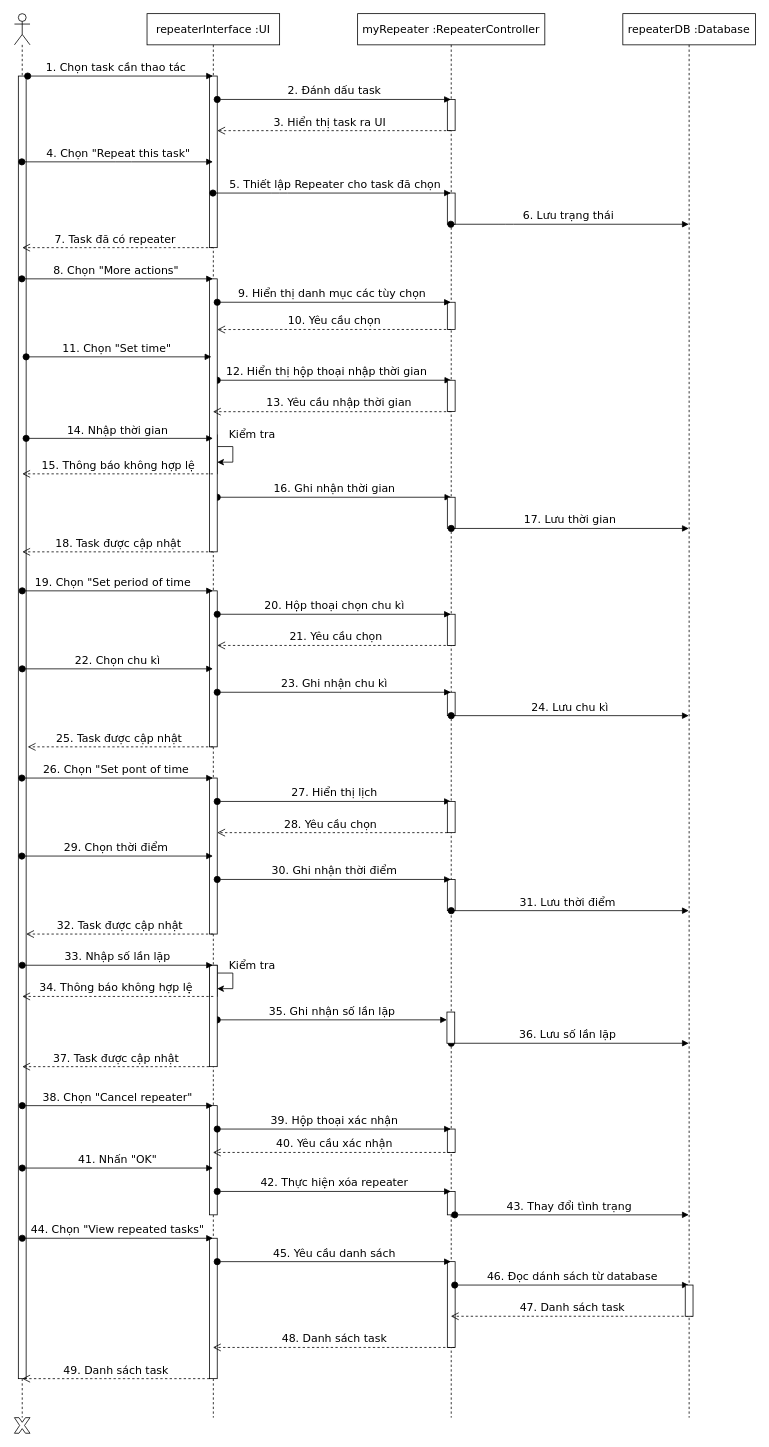
Above: ToDoApp-Doc/Document/Diagram/Sequence Diagram/Repeater/Repeater_SequenceDiagram.drawio in Merevoli-DatLuu/To-Do-App (draw.io), before the change. Source tidied: cells renumbered, new cells numbered last; positions are measured from the earlier drawing's top-left corner, leaving out a move shared by most shapes. Both pictures are drawn from the tidied source at 78%, with x=0, y=0 at pixel (14, 13).
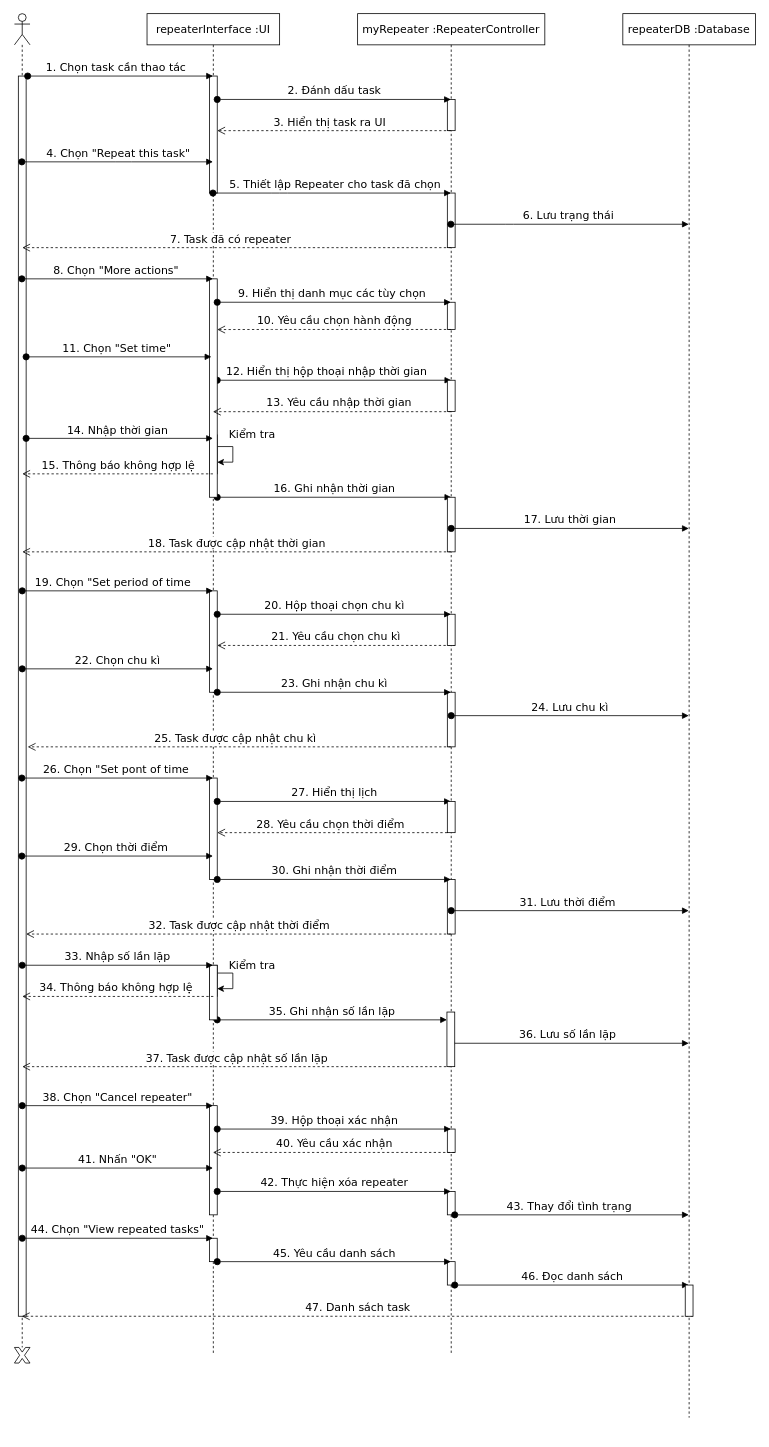
After the change.

Commit message (it also covers changes not shown here):
[Modified]: Repeater Sequence Diagram: Check spelling

The change refers to these unchanged cells:
```xml
<mxCell id="31" style="html=1;points=[];perimeter=orthogonalPerimeter;fontFamily=Verdana;fontSize=14;" parent="22" vertex="1">
  <mxGeometry x="115" y="1010" width="10" height="40" as="geometry" />
</mxCell>
<mxCell id="35" value="repeaterDB :Database" style="shape=umlLifeline;perimeter=lifelinePerimeter;whiteSpace=wrap;html=1;outlineConnect=0;fontFamily=Verdana;fontSize=14;align=center;" parent="1" vertex="1">
  <mxGeometry x="780" width="170" height="1800" as="geometry" />
</mxCell>
```

Diff of the diagram source:
```diff
@@
     <mxCell id="2" value="repeaterInterface :UI" style="shape=umlLifeline;perimeter=lifelinePerimeter;whiteSpace=wrap;html=1;outlineConnect=0;fontFamily=Verdana;fontSize=14;" parent="1" vertex="1">
-      <mxGeometry x="170" width="170" height="1800" as="geometry" />
+      <mxGeometry x="170" width="170" height="1720" as="geometry" />
     </mxCell>
     <mxCell id="3" style="html=1;perimeter=orthogonalPerimeter;fontFamily=Verdana;fontSize=14;" parent="2" vertex="1">
-      <mxGeometry x="80" y="80" width="10" height="220" as="geometry" />
+      <mxGeometry x="80" y="80" width="10" height="150" as="geometry" />
     </mxCell>
@@
     <mxCell id="5" style="html=1;perimeter=orthogonalPerimeter;fontFamily=Verdana;fontSize=14;" parent="2" vertex="1">
-      <mxGeometry x="80" y="740" width="10" height="200" as="geometry" />
+      <mxGeometry x="80" y="740" width="10" height="130" as="geometry" />
     </mxCell>
-    <mxCell id="6" value="21. Yêu cầu chọn" style="html=1;verticalAlign=bottom;endArrow=open;dashed=1;endSize=8;fontFamily=Verdana;fontSize=14;" parent="2" edge="1">
+    <mxCell id="6" value="21. Yêu cầu chọn chu kì" style="html=1;verticalAlign=bottom;endArrow=open;dashed=1;endSize=8;fontFamily=Verdana;fontSize=14;" parent="2" edge="1">
       <mxGeometry relative="1" as="geometry">
         <mxPoint x="395" y="810" as="sourcePoint" />
         <mxPoint x="90" y="810" as="targetPoint" />
       </mxGeometry>
     </mxCell>
     <mxCell id="7" style="html=1;perimeter=orthogonalPerimeter;fontFamily=Verdana;fontSize=14;" parent="2" vertex="1">
-      <mxGeometry x="80" y="980" width="10" height="200" as="geometry" />
+      <mxGeometry x="80" y="980" width="10" height="130" as="geometry" />
     </mxCell>
@@
     <mxCell id="15" style="html=1;perimeter=orthogonalPerimeter;fontFamily=Verdana;fontSize=14;" parent="2" vertex="1">
-      <mxGeometry x="80" y="340" width="10" height="350" as="geometry" />
+      <mxGeometry x="80" y="340" width="10" height="280" as="geometry" />
     </mxCell>
     <mxCell id="16" style="html=1;perimeter=orthogonalPerimeter;fontFamily=Verdana;fontSize=14;" parent="2" vertex="1">
-      <mxGeometry x="80" y="1220" width="10" height="130" as="geometry" />
+      <mxGeometry x="80" y="1220" width="10" height="70" as="geometry" />
     </mxCell>
@@
     <mxCell id="18" style="html=1;perimeter=orthogonalPerimeter;fontFamily=Verdana;fontSize=14;" parent="2" vertex="1">
-      <mxGeometry x="80" y="1570" width="10" height="180" as="geometry" />
+      <mxGeometry x="80" y="1570" width="10" height="30" as="geometry" />
     </mxCell>
     <mxCell id="19" style="shape=umlLifeline;participant=umlActor;perimeter=lifelinePerimeter;whiteSpace=wrap;html=1;verticalAlign=top;spacingTop=36;outlineConnect=0;fontFamily=Verdana;fontSize=14;" parent="1" vertex="1">
-      <mxGeometry width="20" height="1800" as="geometry" />
+      <mxGeometry width="20" height="1710" as="geometry" />
     </mxCell>
     <mxCell id="20" style="html=1;points=[];perimeter=orthogonalPerimeter;fontFamily=Verdana;fontSize=14;" parent="19" vertex="1">
-      <mxGeometry x="5" y="80" width="10" height="1670" as="geometry" />
+      <mxGeometry x="5" y="80" width="10" height="1590" as="geometry" />
     </mxCell>
@@
+    <mxCell id="83" style="verticalLabelPosition=bottom;verticalAlign=top;html=1;shape=mxgraph.basic.x;fontFamily=Verdana;fontSize=14;" parent="19" vertex="1">
+      <mxGeometry y="1710" width="20" height="20" as="geometry" />
+    </mxCell>
     <mxCell id="22" value="myRepeater :RepeaterController" style="shape=umlLifeline;perimeter=lifelinePerimeter;whiteSpace=wrap;html=1;outlineConnect=0;fontFamily=Verdana;fontSize=14;" parent="1" vertex="1">
-      <mxGeometry x="440" width="240" height="1800" as="geometry" />
+      <mxGeometry x="440" width="240" height="1720" as="geometry" />
     </mxCell>
@@
     <mxCell id="24" style="html=1;perimeter=orthogonalPerimeter;fontFamily=Verdana;fontSize=14;" parent="22" vertex="1">
-      <mxGeometry x="115" y="230" width="10" height="40" as="geometry" />
+      <mxGeometry x="115" y="230" width="10" height="70" as="geometry" />
     </mxCell>
@@
     <mxCell id="27" style="html=1;points=[];perimeter=orthogonalPerimeter;fontFamily=Verdana;fontSize=14;" parent="22" vertex="1">
-      <mxGeometry x="115" y="620" width="10" height="40" as="geometry" />
+      <mxGeometry x="115" y="620" width="10" height="70" as="geometry" />
     </mxCell>
@@
     <mxCell id="29" style="html=1;perimeter=orthogonalPerimeter;fontFamily=Verdana;fontSize=14;" parent="22" vertex="1">
-      <mxGeometry x="115" y="870" width="10" height="30" as="geometry" />
+      <mxGeometry x="115" y="870" width="10" height="70" as="geometry" />
     </mxCell>
     <mxCell id="30" style="html=1;perimeter=orthogonalPerimeter;fontFamily=Verdana;fontSize=14;" parent="22" vertex="1">
-      <mxGeometry x="115" y="1110" width="10" height="40" as="geometry" />
+      <mxGeometry x="115" y="1110" width="10" height="70" as="geometry" />
     </mxCell>
@@
     <mxCell id="34" style="html=1;perimeter=orthogonalPerimeter;fontFamily=Verdana;fontSize=14;" parent="22" vertex="1">
-      <mxGeometry x="115" y="1600" width="10" height="110" as="geometry" />
+      <mxGeometry x="115" y="1600" width="10" height="30" as="geometry" />
     </mxCell>
@@
-    <mxCell id="42" value="7. Task đã có repeater" style="html=1;verticalAlign=bottom;endArrow=open;dashed=1;endSize=8;fontFamily=Verdana;fontSize=14;" parent="1" edge="1" source="2">
+    <mxCell id="42" value="7. Task đã có repeater" style="html=1;verticalAlign=bottom;endArrow=open;dashed=1;endSize=8;fontFamily=Verdana;fontSize=14;" parent="1" edge="1" source="22">
       <mxGeometry x="0.03" relative="1" as="geometry">
         <mxPoint x="10" y="300" as="targetPoint" />
       </mxGeometry>
     </mxCell>
@@
-    <mxCell id="48" value="10. Yêu cầu chọn" style="html=1;verticalAlign=bottom;endArrow=open;dashed=1;endSize=8;fontFamily=Verdana;fontSize=14;" parent="1" edge="1" source="22">
+    <mxCell id="48" value="10. Yêu cầu chọn hành động" style="html=1;verticalAlign=bottom;endArrow=open;dashed=1;endSize=8;fontFamily=Verdana;fontSize=14;" parent="1" edge="1" source="22">
       <mxGeometry x="0.2" y="-31" relative="1" as="geometry">
         <mxPoint x="260" y="405" as="targetPoint" />
         <Array as="points">
           <mxPoint x="339.5" y="404.9" />
         </Array>
         <mxPoint x="30" y="31" as="offset" />
       </mxGeometry>
     </mxCell>
@@
-    <mxCell id="51" value="18. Task được cập nhật" style="html=1;verticalAlign=bottom;endArrow=open;dashed=1;endSize=8;fontFamily=Verdana;fontSize=14;" parent="1" edge="1" source="2">
+    <mxCell id="51" value="18. Task được cập nhật thời gian" style="html=1;verticalAlign=bottom;endArrow=open;dashed=1;endSize=8;fontFamily=Verdana;fontSize=14;" parent="1" edge="1" source="22">
       <mxGeometry relative="1" as="geometry">
         <mxPoint x="10" y="690" as="targetPoint" />
       </mxGeometry>
     </mxCell>
@@
-    <mxCell id="57" value="25. Task được cập nhật" style="html=1;verticalAlign=bottom;endArrow=open;dashed=1;endSize=8;fontFamily=Verdana;fontSize=14;" parent="1" edge="1" source="2">
+    <mxCell id="57" value="25. Task được cập nhật chu kì" style="html=1;verticalAlign=bottom;endArrow=open;dashed=1;endSize=8;fontFamily=Verdana;fontSize=14;" parent="1" edge="1" source="22">
       <mxGeometry x="0.02" relative="1" as="geometry">
         <mxPoint x="17" y="940" as="targetPoint" />
       </mxGeometry>
     </mxCell>
@@
-    <mxCell id="59" value="28. Yêu cầu chọn" style="html=1;verticalAlign=bottom;endArrow=open;dashed=1;endSize=8;fontFamily=Verdana;fontSize=14;" parent="1" edge="1" source="31">
+    <mxCell id="59" value="28. Yêu cầu chọn thời điểm" style="html=1;verticalAlign=bottom;endArrow=open;dashed=1;endSize=8;fontFamily=Verdana;fontSize=14;" parent="1" edge="1" source="31">
       <mxGeometry x="0.02" relative="1" as="geometry">
         <mxPoint x="260" y="1050" as="targetPoint" />
       </mxGeometry>
     </mxCell>
@@
-    <mxCell id="63" value="32. Task được cập nhật" style="html=1;verticalAlign=bottom;endArrow=open;dashed=1;endSize=8;fontFamily=Verdana;fontSize=14;" parent="1" edge="1" source="2" target="20">
+    <mxCell id="63" value="32. Task được cập nhật thời điểm" style="html=1;verticalAlign=bottom;endArrow=open;dashed=1;endSize=8;fontFamily=Verdana;fontSize=14;" parent="1" edge="1" source="22" target="20">
       <mxGeometry relative="1" as="geometry">
         <Array as="points">
           <mxPoint x="110" y="1180" />
         </Array>
       </mxGeometry>
     </mxCell>
@@
-    <mxCell id="67" value="37. Task được cập nhật" style="html=1;verticalAlign=bottom;endArrow=open;dashed=1;endSize=8;fontFamily=Verdana;fontSize=14;" parent="1" edge="1">
+    <mxCell id="67" value="37. Task được cập nhật số lần lặp" style="html=1;verticalAlign=bottom;endArrow=open;dashed=1;endSize=8;fontFamily=Verdana;fontSize=14;" parent="1" edge="1" source="22">
       <mxGeometry relative="1" as="geometry">
-        <mxPoint x="249.5" y="1350" as="sourcePoint" />
         <mxPoint x="10" y="1350" as="targetPoint" />
         <Array as="points">
           <mxPoint x="105" y="1350" />
         </Array>
       </mxGeometry>
     </mxCell>
     <mxCell id="68" style="html=1;perimeter=orthogonalPerimeter;" parent="1" vertex="1">
-      <mxGeometry x="554.5" y="1280" width="10" height="40" as="geometry" />
+      <mxGeometry x="554.5" y="1280" width="10" height="70" as="geometry" />
     </mxCell>
@@
-    <mxCell id="78" value="46. Đọc dánh sách từ database" style="html=1;verticalAlign=bottom;startArrow=oval;startFill=1;endArrow=block;startSize=8;fontFamily=Verdana;fontSize=14;" parent="1" edge="1" target="35">
+    <mxCell id="78" value="46. Đọc danh sách" style="html=1;verticalAlign=bottom;startArrow=oval;startFill=1;endArrow=block;startSize=8;fontFamily=Verdana;fontSize=14;" parent="1" edge="1" target="35">
       <mxGeometry relative="1" as="geometry">
         <mxPoint x="564.5" y="1630" as="sourcePoint" />
       </mxGeometry>
     </mxCell>
-    <mxCell id="79" value="47. Danh sách task" style="html=1;verticalAlign=bottom;endArrow=open;dashed=1;endSize=8;fontFamily=Verdana;fontSize=14;" parent="1" edge="1" target="22">
+    <mxCell id="79" value="47. Danh sách task" style="html=1;verticalAlign=bottom;endArrow=open;dashed=1;endSize=8;fontFamily=Verdana;fontSize=14;" parent="1" edge="1" target="19">
       <mxGeometry relative="1" as="geometry">
         <mxPoint x="870" y="1670" as="sourcePoint" />
       </mxGeometry>
     </mxCell>
-    <mxCell id="80" value="48. Danh sách task" style="html=1;verticalAlign=bottom;endArrow=open;dashed=1;endSize=8;fontFamily=Verdana;fontSize=14;" parent="1" edge="1" target="2">
-      <mxGeometry relative="1" as="geometry">
-        <mxPoint x="564.5" y="1710" as="sourcePoint" />
-      </mxGeometry>
-    </mxCell>
-    <mxCell id="81" value="49. Danh sách task" style="html=1;verticalAlign=bottom;endArrow=open;dashed=1;endSize=8;fontFamily=Verdana;fontSize=14;" parent="1" edge="1">
-      <mxGeometry relative="1" as="geometry">
-        <mxPoint x="250" y="1750" as="sourcePoint" />
-        <mxPoint x="10" y="1750" as="targetPoint" />
-      </mxGeometry>
-    </mxCell>
@@
-    <mxCell id="83" style="verticalLabelPosition=bottom;verticalAlign=top;html=1;shape=mxgraph.basic.x;fontFamily=Verdana;fontSize=14;" parent="1" vertex="1">
-      <mxGeometry y="1800" width="20" height="20" as="geometry" />
-    </mxCell>
```
